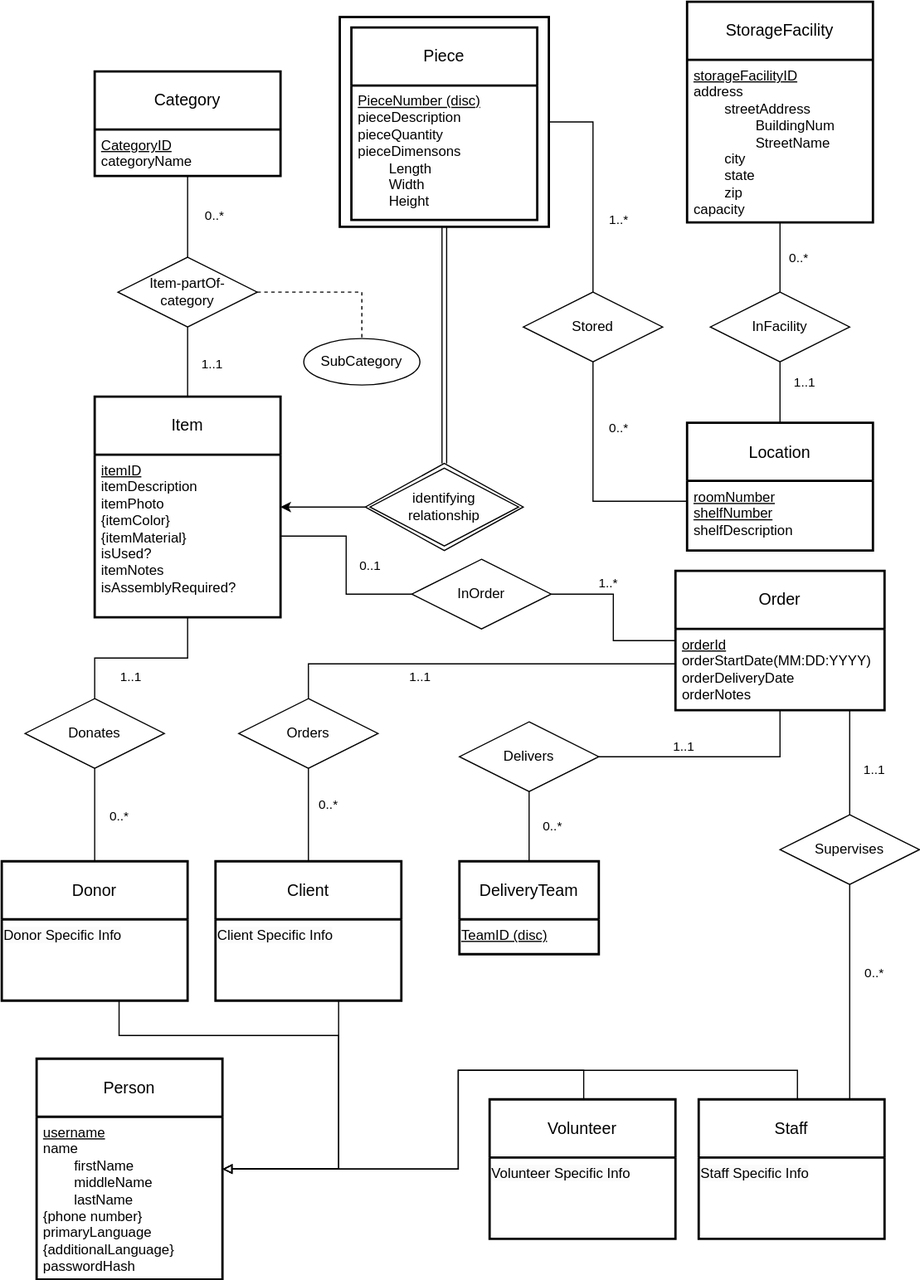
Earlier version of the draw.io export Classes + Uni/PDS/Project/Part 1/Project1.svg (ivanearisty/obsidian). Source tidied: cells renumbered, new cells last; positions are measured from the earlier drawing's top-left corner, leaving out a move shared by most shapes.
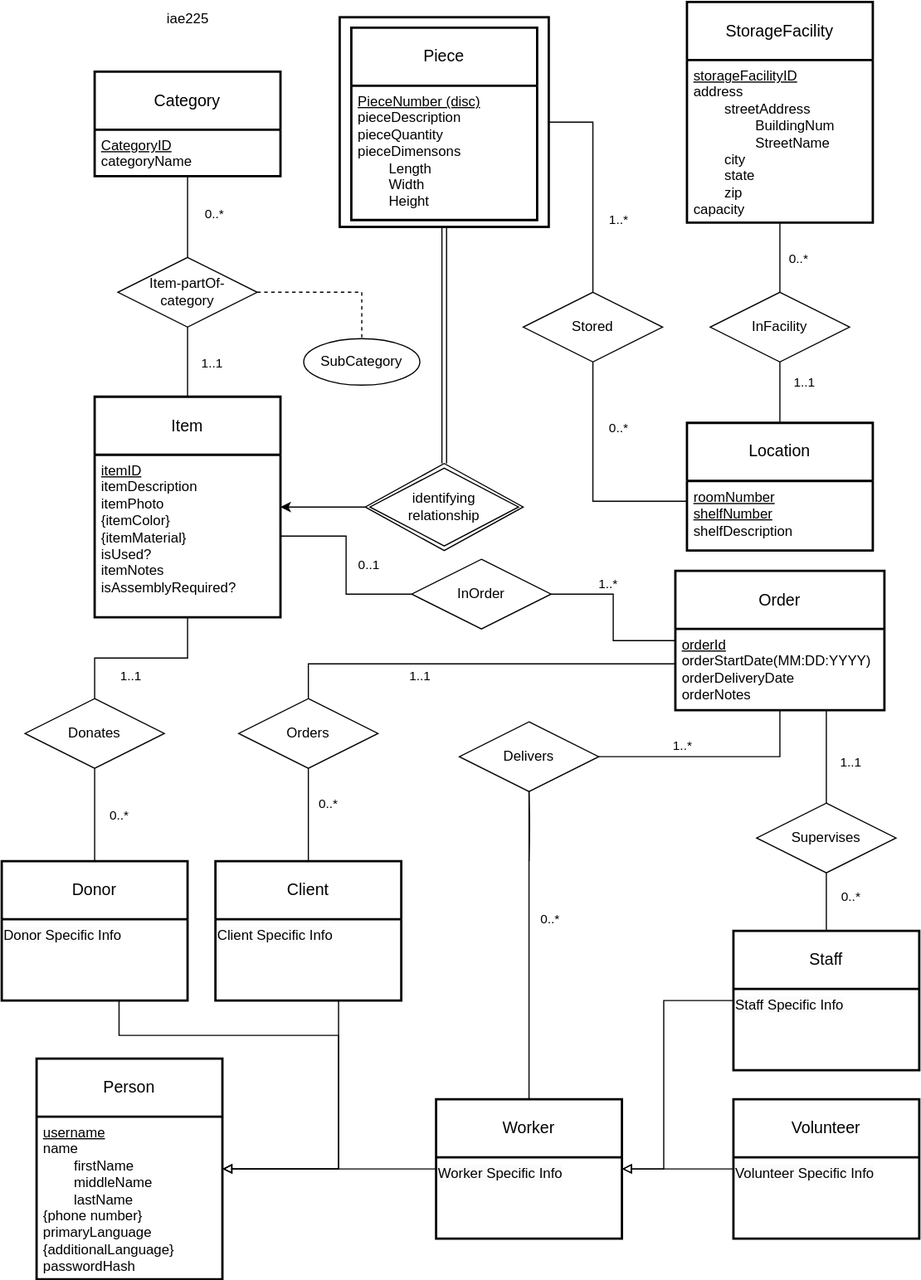
After the change.

Commit message:
vault backup: 2024-10-17 17:29:20

The edit, as a diff of the source:
```diff
@@ -52,15 +52,6 @@
     <mxCell id="13" value="&lt;span style=&quot;color: rgb(0, 0, 0); font-family: Helvetica; font-size: 12px; font-style: normal; font-variant-ligatures: normal; font-variant-caps: normal; font-weight: 400; letter-spacing: normal; orphans: 2; text-align: center; text-indent: 0px; text-transform: none; widows: 2; word-spacing: 0px; -webkit-text-stroke-width: 0px; white-space: nowrap; background-color: rgb(251, 251, 251); text-decoration-thickness: initial; text-decoration-style: initial; text-decoration-color: initial; display: inline !important; float: none;&quot;&gt;Donor Specific Info&lt;/span&gt;" style="text;whiteSpace=wrap;html=1;" parent="12" vertex="1">
       <mxGeometry y="50" width="160" height="70" as="geometry" />
     </mxCell>
-    <mxCell id="14" style="edgeStyle=orthogonalEdgeStyle;rounded=0;jettySize=auto;html=1;endArrow=block;endFill=0;" parent="1" edge="1" source="17" target="2">
-      <mxGeometry relative="1" as="geometry">
-        <Array as="points">
-          <mxPoint x="685" y="920" />
-          <mxPoint x="393" y="920" />
-          <mxPoint x="393" y="1005" />
-        </Array>
-      </mxGeometry>
-    </mxCell>
     <mxCell id="15" style="edgeStyle=orthogonalEdgeStyle;rounded=0;jettySize=auto;html=1;endArrow=none;endFill=0;" parent="1" edge="1" source="17" target="71">
       <mxGeometry relative="1" as="geometry">
         <Array as="points">
@@ -74,23 +65,30 @@
         <mxPoint x="20" as="offset" />
       </mxGeometry>
     </mxCell>
+    <mxCell id="76" style="edgeStyle=orthogonalEdgeStyle;rounded=0;jettySize=auto;html=1;endArrow=block;endFill=0;" parent="1" edge="1" source="17" target="80">
+      <mxGeometry relative="1" as="geometry">
+        <Array as="points">
+          <mxPoint x="570" y="860" />
+          <mxPoint x="570" y="1005" />
+        </Array>
+      </mxGeometry>
+    </mxCell>
     <mxCell id="17" value="Staff" style="swimlane;horizontal=1;startSize=50;rounded=0;fontSize=14;fontStyle=0;strokeWidth=2;shadow=0;dashed=0;align=center;arcSize=4;whiteSpace=wrap;html=1;" parent="1" vertex="1">
-      <mxGeometry x="600" y="945" width="160" height="120" as="geometry" />
+      <mxGeometry x="630" y="800" width="160" height="120" as="geometry" />
     </mxCell>
     <mxCell id="18" value="&lt;span style=&quot;color: rgb(0, 0, 0); font-family: Helvetica; font-size: 12px; font-style: normal; font-variant-ligatures: normal; font-variant-caps: normal; font-weight: 400; letter-spacing: normal; orphans: 2; text-align: center; text-indent: 0px; text-transform: none; widows: 2; word-spacing: 0px; -webkit-text-stroke-width: 0px; white-space: nowrap; background-color: rgb(251, 251, 251); text-decoration-thickness: initial; text-decoration-style: initial; text-decoration-color: initial; display: inline !important; float: none;&quot;&gt;Staff Specific Info&lt;/span&gt;" style="text;whiteSpace=wrap;html=1;" parent="17" vertex="1">
       <mxGeometry y="50" width="160" height="70" as="geometry" />
     </mxCell>
-    <mxCell id="19" style="edgeStyle=orthogonalEdgeStyle;rounded=0;jettySize=auto;html=1;endArrow=block;endFill=0;" parent="1" edge="1" source="20" target="2">
-      <mxGeometry relative="1" as="geometry">
-        <Array as="points">
-          <mxPoint x="501" y="920" />
-          <mxPoint x="393" y="920" />
-          <mxPoint x="393" y="1005" />
-        </Array>
-      </mxGeometry>
-    </mxCell>
+    <mxCell id="77" style="edgeStyle=orthogonalEdgeStyle;rounded=0;jettySize=auto;html=1;endArrow=block;endFill=0;" parent="1" edge="1" source="20" target="80">
+      <mxGeometry relative="1" as="geometry">
+        <Array as="points">
+          <mxPoint x="570" y="1005" />
+          <mxPoint x="570" y="1005" />
+        </Array>
+      </mxGeometry>
+    </mxCell>
     <mxCell id="20" value="Volunteer" style="swimlane;horizontal=1;startSize=50;rounded=0;fontSize=14;fontStyle=0;strokeWidth=2;shadow=0;dashed=0;align=center;arcSize=4;whiteSpace=wrap;html=1;" parent="1" vertex="1">
-      <mxGeometry x="420" y="945" width="160" height="120" as="geometry" />
+      <mxGeometry x="630" y="945" width="160" height="120" as="geometry" />
     </mxCell>
     <mxCell id="21" value="&lt;span style=&quot;color: rgb(0, 0, 0); font-family: Helvetica; font-size: 12px; font-style: normal; font-variant-ligatures: normal; font-variant-caps: normal; font-weight: 400; letter-spacing: normal; orphans: 2; text-align: center; text-indent: 0px; text-transform: none; widows: 2; word-spacing: 0px; -webkit-text-stroke-width: 0px; white-space: nowrap; background-color: rgb(251, 251, 251); text-decoration-thickness: initial; text-decoration-style: initial; text-decoration-color: initial; display: inline !important; float: none;&quot;&gt;Volunteer Specific Info&lt;/span&gt;" style="text;whiteSpace=wrap;html=1;" parent="20" vertex="1">
       <mxGeometry y="50" width="160" height="70" as="geometry" />
@@ -260,7 +258,7 @@
     <mxCell id="66" style="edgeStyle=orthogonalEdgeStyle;rounded=0;jettySize=auto;html=1;endArrow=none;endFill=0;" parent="1" edge="1" source="68" target="49">
       <mxGeometry relative="1" as="geometry" />
     </mxCell>
-    <mxCell id="67" value="1..1" style="edgeLabel;html=1;align=center;verticalAlign=middle;" parent="66" vertex="1">
+    <mxCell id="67" value="1..*" style="edgeLabel;html=1;align=center;verticalAlign=middle;" parent="66" vertex="1">
       <mxGeometry x="-0.27" y="2" relative="1" as="geometry">
         <mxPoint y="-8" as="offset" />
       </mxGeometry>
@@ -271,8 +269,8 @@
     <mxCell id="69" style="edgeStyle=orthogonalEdgeStyle;rounded=0;jettySize=auto;html=1;endArrow=none;endFill=0;" parent="1" edge="1" source="71" target="49">
       <mxGeometry relative="1" as="geometry">
         <Array as="points">
-          <mxPoint x="730" y="630" />
-          <mxPoint x="730" y="630" />
+          <mxPoint x="710" y="640" />
+          <mxPoint x="710" y="640" />
         </Array>
       </mxGeometry>
     </mxCell>
@@ -282,21 +280,32 @@
       </mxGeometry>
     </mxCell>
     <mxCell id="71" value="Supervises" style="shape=rhombus;perimeter=rhombusPerimeter;whiteSpace=wrap;html=1;align=center;" parent="1" vertex="1">
-      <mxGeometry x="670" y="700" width="120" height="60" as="geometry" />
+      <mxGeometry x="650" y="690" width="120" height="60" as="geometry" />
     </mxCell>
-    <mxCell id="72" style="edgeStyle=orthogonalEdgeStyle;rounded=0;jettySize=auto;html=1;endArrow=none;endFill=0;" parent="1" edge="1" source="74" target="68">
-      <mxGeometry relative="1" as="geometry" />
+    <mxCell id="72" style="edgeStyle=orthogonalEdgeStyle;rounded=0;jettySize=auto;html=1;endArrow=none;endFill=0;" parent="1" edge="1" target="68">
+      <mxGeometry relative="1" as="geometry">
+        <mxPoint x="454" y="740" as="sourcePoint" />
+      </mxGeometry>
     </mxCell>
     <mxCell id="73" value="0..*" style="edgeLabel;html=1;align=center;verticalAlign=middle;" parent="72" vertex="1">
       <mxGeometry x="0.11" y="1" relative="1" as="geometry">
-        <mxPoint x="20" y="2" as="offset" />
+        <mxPoint x="18" y="83" as="offset" />
       </mxGeometry>
     </mxCell>
-    <mxCell id="74" value="DeliveryTeam" style="swimlane;horizontal=1;startSize=50;rounded=0;fontSize=14;fontStyle=0;strokeWidth=2;shadow=0;dashed=0;align=center;arcSize=4;whiteSpace=wrap;html=1;" parent="1" vertex="1">
-      <mxGeometry x="394" y="740" width="120" height="80" as="geometry" />
-    </mxCell>
-    <mxCell id="75" value="&lt;div style=&quot;text-align: center;&quot;&gt;&lt;span style=&quot;text-wrap: nowrap;&quot;&gt;&lt;u&gt;TeamID (disc)&lt;/u&gt;&lt;/span&gt;&lt;/div&gt;" style="text;whiteSpace=wrap;html=1;" parent="74" vertex="1">
-      <mxGeometry y="50" width="120" height="30" as="geometry" />
-    </mxCell>
+    <mxCell id="78" style="edgeStyle=orthogonalEdgeStyle;rounded=0;jettySize=auto;html=1;endArrow=block;endFill=0;" parent="1" edge="1" source="80" target="2">
+      <mxGeometry relative="1" as="geometry" />
+    </mxCell>
+    <mxCell id="79" style="edgeStyle=orthogonalEdgeStyle;rounded=0;jettySize=auto;html=1;endArrow=none;endFill=0;" parent="1" edge="1" source="80" target="68">
+      <mxGeometry relative="1" as="geometry" />
+    </mxCell>
+    <mxCell id="80" value="Worker" style="swimlane;horizontal=1;startSize=50;rounded=0;fontSize=14;fontStyle=0;strokeWidth=2;shadow=0;dashed=0;align=center;arcSize=4;whiteSpace=wrap;html=1;" parent="1" vertex="1">
+      <mxGeometry x="374" y="945" width="160" height="120" as="geometry" />
+    </mxCell>
+    <mxCell id="81" value="&lt;span style=&quot;color: rgb(0, 0, 0); font-family: Helvetica; font-size: 12px; font-style: normal; font-variant-ligatures: normal; font-variant-caps: normal; font-weight: 400; letter-spacing: normal; orphans: 2; text-align: center; text-indent: 0px; text-transform: none; widows: 2; word-spacing: 0px; -webkit-text-stroke-width: 0px; white-space: nowrap; background-color: rgb(251, 251, 251); text-decoration-thickness: initial; text-decoration-style: initial; text-decoration-color: initial; display: inline !important; float: none;&quot;&gt;Worker Specific Info&lt;/span&gt;" style="text;whiteSpace=wrap;html=1;" parent="80" vertex="1">
+      <mxGeometry y="50" width="160" height="70" as="geometry" />
+    </mxCell>
+    <mxCell id="82" value="iae225" style="text;html=1;align=center;verticalAlign=middle;strokeColor=none;fillColor=none;" parent="1" vertex="1">
+      <mxGeometry x="130" width="60" height="30" as="geometry" />
+    </mxCell>
   </root>
 </mxGraphModel>
```
